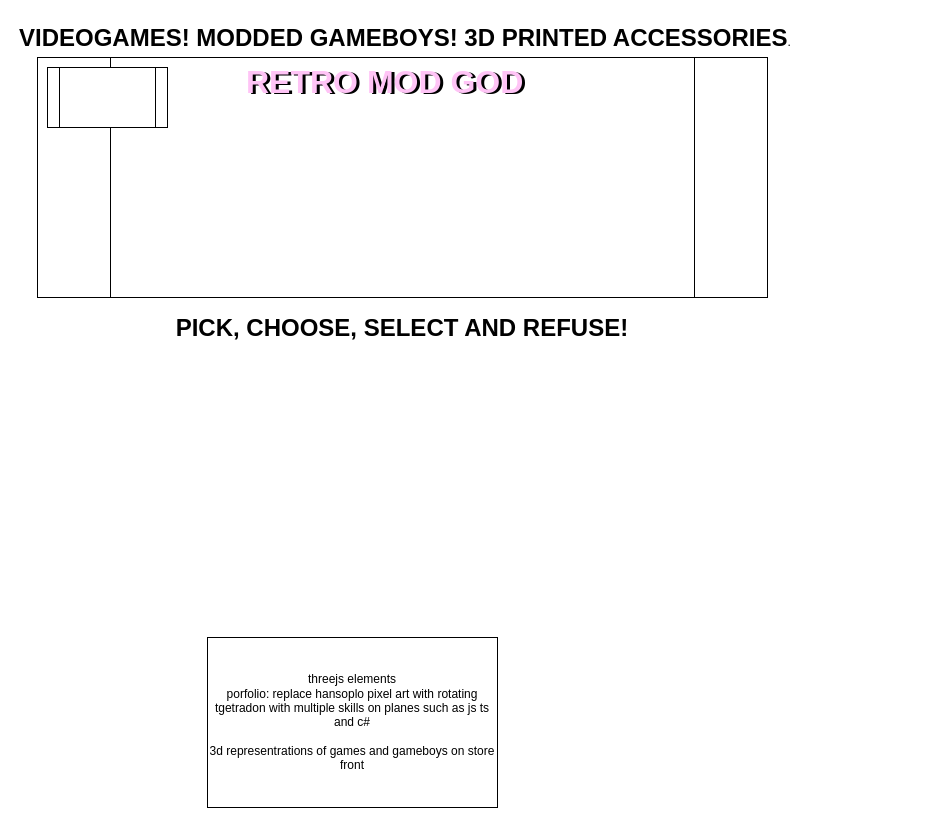
Earlier version of the draw.io diagram Etsy_Storefront.drawio (rafalaidlaw/flowcharts). Source tidied: cells renumbered, new cells numbered last; positions are measured from the earlier drawing's top-left corner, leaving out a move shared by most shapes. Both pictures are drawn from the tidied source at 100%, with x=0, y=0 at pixel (17, 17).
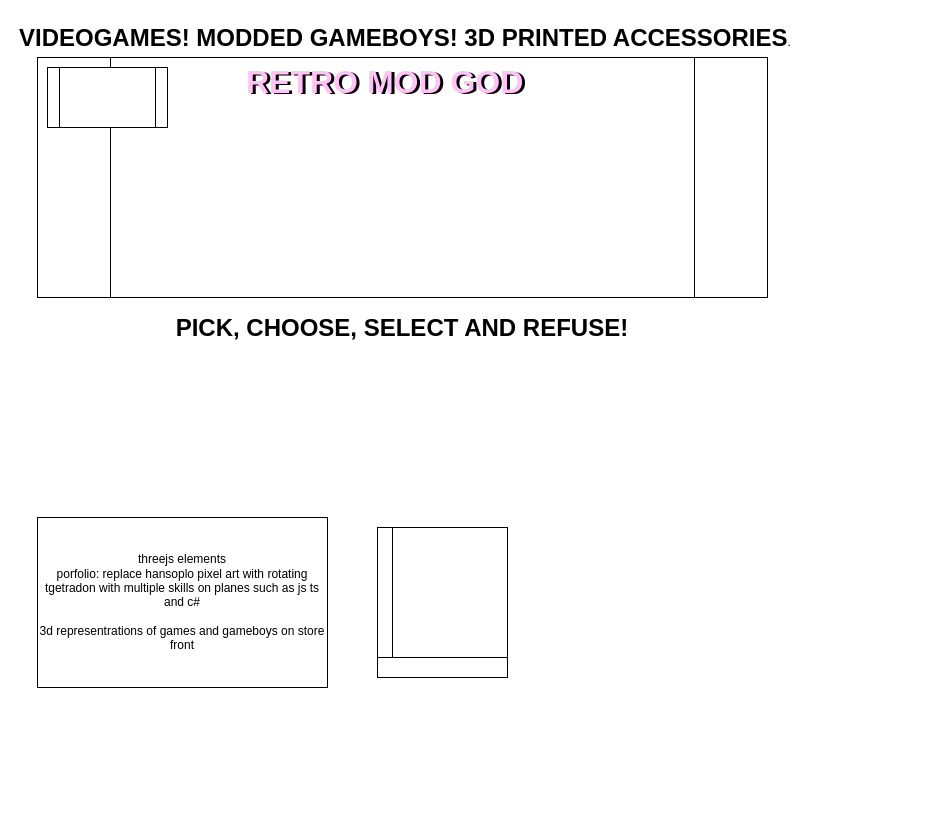
The same page after the edit.

The edit, as a diff of the source:
```diff
@@
 <mxGraphModel>
   <root>
     <mxCell id="0" />
     <mxCell id="1" parent="0" />
     <mxCell id="2" style="shape=process;whiteSpace=wrap;html=1;backgroundOutline=1;" parent="1" vertex="1">
       <mxGeometry x="20" y="40" width="730" height="240" as="geometry" />
     </mxCell>
     <mxCell id="3" value="&lt;h1 style=&quot;text-align: center; margin-top: 0px;&quot;&gt;VIDEOGAMES! MODDED GAMEBOYS! 3D PRINTED ACCESSORIES&lt;span style=&quot;background-color: transparent; color: light-dark(rgb(0, 0, 0), rgb(255, 255, 255)); font-size: 12px; font-weight: normal; text-align: left;&quot;&gt;.&lt;/span&gt;&lt;/h1&gt;" style="text;html=1;whiteSpace=wrap;overflow=hidden;rounded=0;" parent="1" vertex="1">
       <mxGeometry width="790" height="120" as="geometry" />
     </mxCell>
     <mxCell id="4" value="&lt;h1 style=&quot;text-align: center; margin-top: 0px;&quot;&gt;&amp;nbsp;PICK, CHOOSE, SELECT AND REFUSE!&lt;/h1&gt;" style="text;html=1;whiteSpace=wrap;overflow=hidden;rounded=0;" parent="1" vertex="1">
       <mxGeometry x="150" y="290" width="680" height="120" as="geometry" />
     </mxCell>
     <mxCell id="5" style="shape=process;whiteSpace=wrap;html=1;backgroundOutline=1;" parent="1" vertex="1">
       <mxGeometry x="30" y="50" width="120" height="60" as="geometry" />
     </mxCell>
     <mxCell id="6" value="&lt;h1 style=&quot;text-align: center; margin-top: 0px;&quot;&gt;&lt;font style=&quot;font-size: 32px;&quot;&gt;RETRO MOD GOD&lt;/font&gt;&lt;/h1&gt;" style="text;html=1;whiteSpace=wrap;overflow=hidden;rounded=0;" parent="1" vertex="1">
       <mxGeometry x="230" y="40" width="680" height="120" as="geometry" />
     </mxCell>
     <mxCell id="7" value="&lt;h1 style=&quot;text-align: center; margin-top: 0px;&quot;&gt;&lt;font style=&quot;font-size: 32px; color: rgb(255, 196, 246);&quot;&gt;RETRO MOD GOD&lt;/font&gt;&lt;/h1&gt;" style="text;html=1;whiteSpace=wrap;overflow=hidden;rounded=0;" parent="1" vertex="1">
       <mxGeometry x="227" y="39" width="680" height="120" as="geometry" />
     </mxCell>
     <mxCell id="8" value="threejs elements&lt;div&gt;porfolio: replace hansoplo pixel art with rotating tgetradon with multiple skills on planes such as js ts and c#&lt;/div&gt;&lt;div&gt;&lt;br&gt;&lt;/div&gt;&lt;div&gt;3d representrations of games and gameboys on store front&lt;/div&gt;" style="rounded=0;whiteSpace=wrap;html=1;" parent="1" vertex="1">
-      <mxGeometry x="190" y="620" width="290" height="170" as="geometry" />
+      <mxGeometry x="20" y="500" width="290" height="170" as="geometry" />
     </mxCell>
+    <mxCell id="9" style="rounded=0;whiteSpace=wrap;html=1;" parent="1" vertex="1">
+      <mxGeometry x="360" y="510" width="30" height="150" as="geometry" />
+    </mxCell>
+    <mxCell id="10" style="rounded=0;whiteSpace=wrap;html=1;" parent="1" vertex="1">
+      <mxGeometry x="375" y="510" width="115" height="150" as="geometry" />
+    </mxCell>
+    <mxCell id="11" style="rounded=0;whiteSpace=wrap;html=1;" parent="1" vertex="1">
+      <mxGeometry x="360" y="640" width="130" height="20" as="geometry" />
+    </mxCell>
   </root>
 </mxGraphModel>
```
